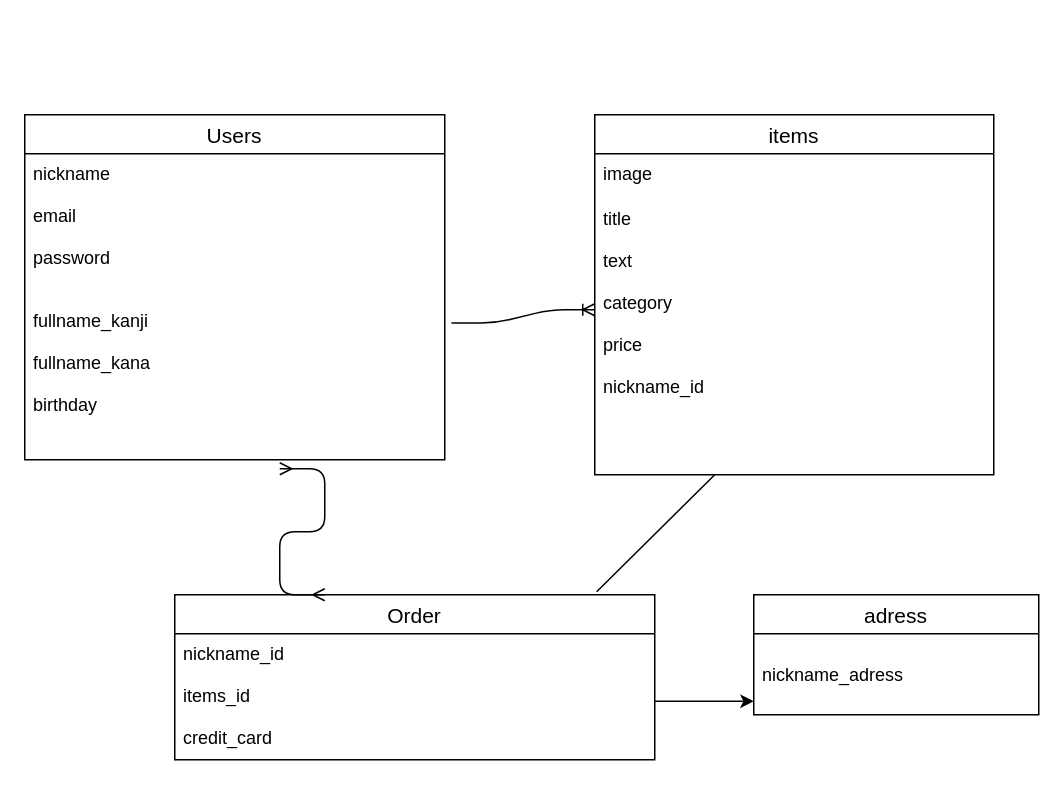
The draw.io diagram furima.dio in katooomi/furima-36235, before the edit. Source tidied: cells renumbered, new cells numbered last; positions are measured from the earlier drawing's top-left corner, leaving out a move shared by most shapes. Both pictures are drawn from the tidied source at 150%, with x=0, y=0 at pixel (24, 114).
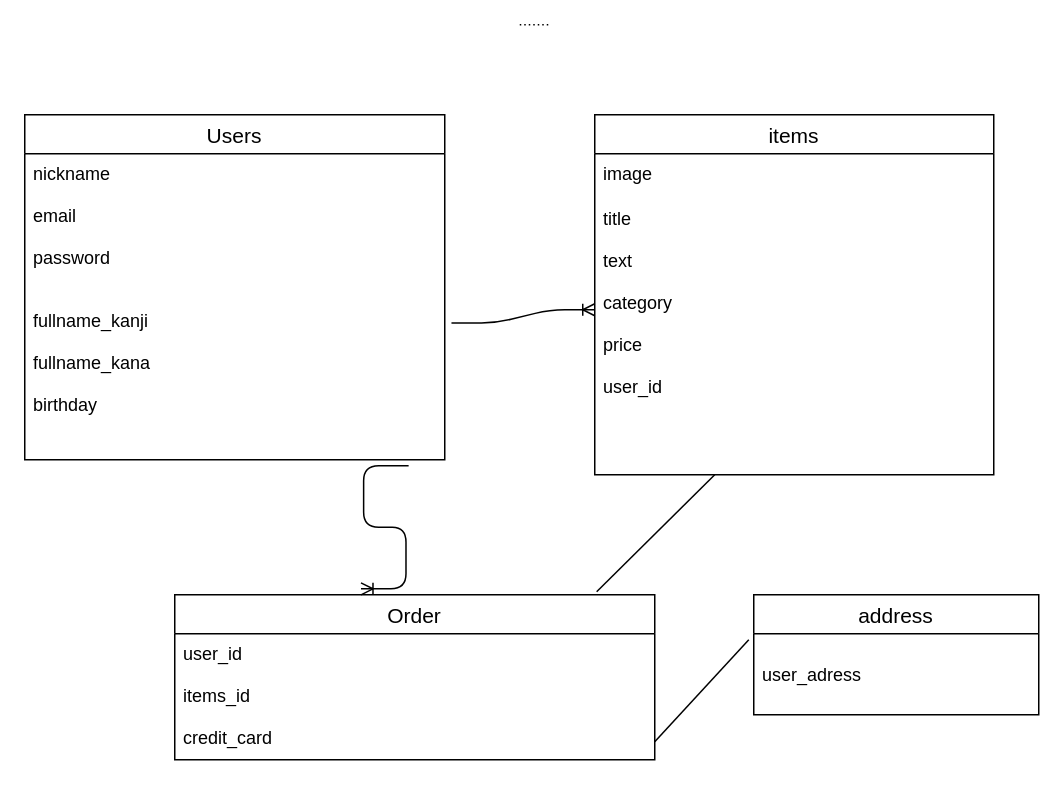
After the change.

Commit message (it also covers changes not shown here):
データ設計

What changed in the source:
```diff
@@
 <mxGraphModel>
   <root>
     <mxCell id="0" />
     <mxCell id="1" parent="0" />
     <mxCell id="2" value="Users" style="swimlane;fontStyle=0;horizontal=1;startSize=26;align=center;fontSize=14;" parent="1" vertex="1">
       <mxGeometry width="280" height="230" as="geometry" />
     </mxCell>
-    <mxCell id="3" value="nickname&#10;&#10;email&#10;&#10;password&#10;&#10;&#10;fullname_kanji&#10;&#10;fullname_kana&#10;&#10;birthday&#10;&#10;" style="text;strokeColor=none;fillColor=none;spacingLeft=4;spacingRight=4;overflow=hidden;points=[[0,0.5],[1,0.5]];portConstraint=eastwest;fontSize=12;" parent="2" vertex="1">
-      <mxGeometry y="26" width="280" height="204" as="geometry" />
-    </mxCell>
     <mxCell id="4" value="items" style="swimlane;fontStyle=0;horizontal=1;startSize=26;align=center;fontSize=14;" parent="1" vertex="1">
       <mxGeometry x="380" width="266" height="240" as="geometry" />
     </mxCell>
     <mxCell id="5" value="image" style="text;strokeColor=none;fillColor=none;spacingLeft=4;spacingRight=4;overflow=hidden;fontSize=12;" parent="4" vertex="1">
       <mxGeometry y="26" width="266" height="30" as="geometry" />
     </mxCell>
-    <mxCell id="6" value="title&#10;&#10;text&#10;&#10;category&#10;&#10;price&#10;&#10;nickname_id&#10;&#10;&#10;&#10;" style="text;strokeColor=none;fillColor=none;spacingLeft=4;spacingRight=4;overflow=hidden;fontSize=12;" parent="4" vertex="1">
+    <mxCell id="6" value="title&#10;&#10;text&#10;&#10;category&#10;&#10;price&#10;&#10;user_id&#10;&#10;&#10;&#10;" style="text;strokeColor=none;fillColor=none;spacingLeft=4;spacingRight=4;overflow=hidden;fontSize=12;" parent="4" vertex="1">
       <mxGeometry y="56" width="266" height="184" as="geometry" />
     </mxCell>
     <mxCell id="7" value="Order" style="swimlane;fontStyle=0;horizontal=1;startSize=26;align=center;fontSize=14;" parent="1" vertex="1">
       <mxGeometry x="100" y="320" width="320" height="110" as="geometry" />
     </mxCell>
-    <mxCell id="8" value="nickname_id&#10;&#10;items_id&#10;&#10;credit_card" style="text;strokeColor=none;fillColor=none;spacingLeft=4;spacingRight=4;overflow=hidden;fontSize=12;" parent="7" vertex="1">
+    <mxCell id="8" value="user_id&#10;&#10;items_id&#10;&#10;credit_card" style="text;strokeColor=none;fillColor=none;spacingLeft=4;spacingRight=4;overflow=hidden;fontSize=12;" parent="7" vertex="1">
       <mxGeometry y="26" width="320" height="84" as="geometry" />
     </mxCell>
-    <mxCell id="9" value="adress" style="swimlane;fontStyle=0;horizontal=1;startSize=26;align=center;fontSize=14;" parent="1" vertex="1">
+    <mxCell id="9" value="address" style="swimlane;fontStyle=0;horizontal=1;startSize=26;align=center;fontSize=14;" parent="1" vertex="1">
       <mxGeometry x="486" y="320" width="190" height="80" as="geometry" />
     </mxCell>
-    <mxCell id="10" value="&#10;nickname_adress" style="text;strokeColor=none;fillColor=none;spacingLeft=4;spacingRight=4;overflow=hidden;fontSize=12;" parent="9" vertex="1">
+    <mxCell id="10" value="&#10;user_adress" style="text;strokeColor=none;fillColor=none;spacingLeft=4;spacingRight=4;overflow=hidden;fontSize=12;" parent="9" vertex="1">
       <mxGeometry y="26" width="190" height="54" as="geometry" />
     </mxCell>
-    <mxCell id="11" style="edgeStyle=orthogonalEdgeStyle;rounded=0;orthogonalLoop=1;jettySize=auto;html=1;" parent="1" edge="1">
-      <mxGeometry relative="1" as="geometry">
-        <mxPoint x="420" y="391" as="sourcePoint" />
-        <mxPoint x="486" y="391" as="targetPoint" />
-      </mxGeometry>
-    </mxCell>
     <mxCell id="12" style="edgeStyle=entityRelationEdgeStyle;fontSize=12;html=1;endArrow=ERoneToMany;exitX=1.016;exitY=0.553;exitDx=0;exitDy=0;exitPerimeter=0;" parent="1" edge="1" source="3">
       <mxGeometry relative="1" as="geometry">
         <mxPoint x="380" y="130" as="targetPoint" />
       </mxGeometry>
     </mxCell>
-    <mxCell id="13" style="edgeStyle=entityRelationEdgeStyle;fontSize=12;html=1;endArrow=ERmany;startArrow=ERmany;" parent="1" edge="1">
-      <mxGeometry relative="1" as="geometry">
-        <mxPoint x="170" y="236" as="sourcePoint" />
-        <mxPoint x="200" y="320" as="targetPoint" />
-      </mxGeometry>
-    </mxCell>
     <mxCell id="14" style="endArrow=none;html=1;rounded=0;exitX=0.879;exitY=-0.018;exitDx=0;exitDy=0;exitPerimeter=0;" parent="1" edge="1" source="7">
       <mxGeometry relative="1" as="geometry">
         <mxPoint x="460" y="240" as="targetPoint" />
       </mxGeometry>
     </mxCell>
+    <mxCell id="3" value="nickname&#10;&#10;email&#10;&#10;password&#10;&#10;&#10;fullname_kanji&#10;&#10;fullname_kana&#10;&#10;birthday&#10;&#10;" style="text;strokeColor=none;fillColor=none;spacingLeft=4;spacingRight=4;overflow=hidden;points=[[0,0.5],[1,0.5]];portConstraint=eastwest;fontSize=12;" parent="1" vertex="1">
+      <mxGeometry y="26" width="280" height="204" as="geometry" />
+    </mxCell>
+    <mxCell id="15" style="edgeStyle=entityRelationEdgeStyle;fontSize=12;html=1;endArrow=ERoneToMany;entryX=0.388;entryY=-0.036;entryDx=0;entryDy=0;entryPerimeter=0;exitX=0.914;exitY=1.02;exitDx=0;exitDy=0;exitPerimeter=0;" parent="1" edge="1" source="3" target="7">
+      <mxGeometry relative="1" as="geometry" />
+    </mxCell>
+    <mxCell id="16" style="endArrow=none;html=1;rounded=0;dashed=1;dashPattern=1 2;" parent="1" edge="1">
+      <mxGeometry relative="1" as="geometry">
+        <mxPoint x="330" y="-60" as="sourcePoint" />
+        <mxPoint x="350" y="-60" as="targetPoint" />
+      </mxGeometry>
+    </mxCell>
+    <mxCell id="17" style="endArrow=none;html=1;rounded=0;exitX=0.879;exitY=-0.018;exitDx=0;exitDy=0;exitPerimeter=0;" parent="1" edge="1">
+      <mxGeometry relative="1" as="geometry">
+        <mxPoint x="420" y="418" as="sourcePoint" />
+        <mxPoint x="482.7" y="350" as="targetPoint" />
+      </mxGeometry>
+    </mxCell>
   </root>
 </mxGraphModel>
```
